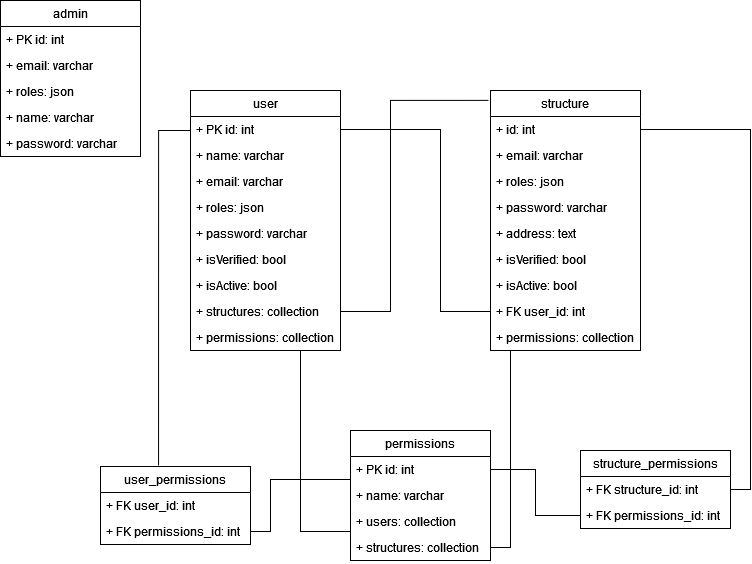
Earlier version of the draw.io export miscellaneous/Diagramme.png (Armafobe/ECF). Source tidied: cells renumbered, new cells last; positions are measured from the earlier drawing's top-left corner, leaving out a move shared by most shapes. Its diagram source:
```xml
<mxGraphModel background="#ffffff">
  <root>
    <mxCell id="0" />
    <mxCell id="1" parent="0" />
    <mxCell id="2" value="admin" style="swimlane;fontStyle=0;horizontal=1;startSize=26;fillColor=none;" parent="1" vertex="1">
      <mxGeometry width="140" height="156" as="geometry" />
    </mxCell>
    <mxCell id="3" value="+ PK id: int" style="text;strokeColor=none;fillColor=none;align=left;verticalAlign=top;spacingLeft=4;spacingRight=4;overflow=hidden;" parent="2" vertex="1">
      <mxGeometry y="26" width="140" height="26" as="geometry" />
    </mxCell>
    <mxCell id="4" value="+ email: varchar" style="text;strokeColor=none;fillColor=none;align=left;verticalAlign=top;spacingLeft=4;spacingRight=4;overflow=hidden;" parent="2" vertex="1">
      <mxGeometry y="52" width="140" height="26" as="geometry" />
    </mxCell>
    <mxCell id="5" value="+ roles: json" style="text;strokeColor=none;fillColor=none;align=left;verticalAlign=top;spacingLeft=4;spacingRight=4;overflow=hidden;" parent="2" vertex="1">
      <mxGeometry y="78" width="140" height="26" as="geometry" />
    </mxCell>
    <mxCell id="6" value="+ name: varchar" style="text;strokeColor=none;fillColor=none;align=left;verticalAlign=top;spacingLeft=4;spacingRight=4;overflow=hidden;" parent="2" vertex="1">
      <mxGeometry y="104" width="140" height="26" as="geometry" />
    </mxCell>
    <mxCell id="7" value="+ password: varchar" style="text;strokeColor=none;fillColor=none;align=left;verticalAlign=top;spacingLeft=4;spacingRight=4;overflow=hidden;" parent="2" vertex="1">
      <mxGeometry y="130" width="140" height="26" as="geometry" />
    </mxCell>
    <mxCell id="8" style="edgeStyle=orthogonalEdgeStyle;rounded=0;jettySize=auto;html=1;exitX=0.5;exitY=1;exitDx=0;exitDy=0;entryX=0;entryY=0.5;entryDx=0;entryDy=0;strokeColor=default;endArrow=none;endFill=0;" parent="1" edge="1" source="9" target="32">
      <mxGeometry relative="1" as="geometry">
        <Array as="points">
          <mxPoint x="300" y="350" />
          <mxPoint x="300" y="531" />
        </Array>
      </mxGeometry>
    </mxCell>
    <mxCell id="9" value="user" style="swimlane;fontStyle=0;horizontal=1;startSize=26;fillColor=none;" parent="1" vertex="1">
      <mxGeometry x="190" y="90" width="150" height="260" as="geometry" />
    </mxCell>
    <mxCell id="10" value="+ PK id: int" style="text;strokeColor=none;fillColor=none;align=left;verticalAlign=top;spacingLeft=4;spacingRight=4;overflow=hidden;points=[[0,0.5],[1,0.5]];portConstraint=eastwest;" parent="9" vertex="1">
      <mxGeometry y="26" width="150" height="26" as="geometry" />
    </mxCell>
    <mxCell id="11" value="+ name: varchar" style="text;strokeColor=none;fillColor=none;align=left;verticalAlign=top;spacingLeft=4;spacingRight=4;overflow=hidden;" parent="9" vertex="1">
      <mxGeometry y="52" width="150" height="26" as="geometry" />
    </mxCell>
    <mxCell id="12" value="+ email: varchar" style="text;strokeColor=none;fillColor=none;align=left;verticalAlign=top;spacingLeft=4;spacingRight=4;overflow=hidden;" parent="9" vertex="1">
      <mxGeometry y="78" width="150" height="26" as="geometry" />
    </mxCell>
    <mxCell id="13" value="+ roles: json" style="text;strokeColor=none;fillColor=none;align=left;verticalAlign=top;spacingLeft=4;spacingRight=4;overflow=hidden;" parent="9" vertex="1">
      <mxGeometry y="104" width="150" height="26" as="geometry" />
    </mxCell>
    <mxCell id="14" value="+ password: varchar" style="text;strokeColor=none;fillColor=none;align=left;verticalAlign=top;spacingLeft=4;spacingRight=4;overflow=hidden;" parent="9" vertex="1">
      <mxGeometry y="130" width="150" height="26" as="geometry" />
    </mxCell>
    <mxCell id="15" value="+ isVerified: bool" style="text;strokeColor=none;fillColor=none;align=left;verticalAlign=top;spacingLeft=4;spacingRight=4;overflow=hidden;" parent="9" vertex="1">
      <mxGeometry y="156" width="150" height="26" as="geometry" />
    </mxCell>
    <mxCell id="16" value="+ isActive: bool" style="text;strokeColor=none;fillColor=none;align=left;verticalAlign=top;spacingLeft=4;spacingRight=4;overflow=hidden;" parent="9" vertex="1">
      <mxGeometry y="182" width="150" height="26" as="geometry" />
    </mxCell>
    <mxCell id="17" value="+ structures: collection" style="text;strokeColor=none;fillColor=none;align=left;verticalAlign=top;spacingLeft=4;spacingRight=4;overflow=hidden;points=[[0,0.5],[1,0.5]];portConstraint=eastwest;" parent="9" vertex="1">
      <mxGeometry y="208" width="150" height="26" as="geometry" />
    </mxCell>
    <mxCell id="18" value="+ permissions: collection" style="text;strokeColor=none;fillColor=none;align=left;verticalAlign=top;spacingLeft=4;spacingRight=4;overflow=hidden;points=[[0,0.5],[1,0.5]];portConstraint=eastwest;" parent="9" vertex="1">
      <mxGeometry y="234" width="150" height="26" as="geometry" />
    </mxCell>
    <mxCell id="19" value="structure" style="swimlane;fontStyle=0;horizontal=1;startSize=26;fillColor=none;" parent="1" vertex="1">
      <mxGeometry x="490" y="90" width="150" height="260" as="geometry" />
    </mxCell>
    <mxCell id="20" value="+ id: int" style="text;strokeColor=none;fillColor=none;align=left;verticalAlign=top;spacingLeft=4;spacingRight=4;overflow=hidden;points=[[0,0.5],[1,0.5]];portConstraint=eastwest;" parent="19" vertex="1">
      <mxGeometry y="26" width="150" height="26" as="geometry" />
    </mxCell>
    <mxCell id="21" value="+ email: varchar" style="text;strokeColor=none;fillColor=none;align=left;verticalAlign=top;spacingLeft=4;spacingRight=4;overflow=hidden;" parent="19" vertex="1">
      <mxGeometry y="52" width="150" height="26" as="geometry" />
    </mxCell>
    <mxCell id="22" value="+ roles: json" style="text;strokeColor=none;fillColor=none;align=left;verticalAlign=top;spacingLeft=4;spacingRight=4;overflow=hidden;" parent="19" vertex="1">
      <mxGeometry y="78" width="150" height="26" as="geometry" />
    </mxCell>
    <mxCell id="23" value="+ password: varchar" style="text;strokeColor=none;fillColor=none;align=left;verticalAlign=top;spacingLeft=4;spacingRight=4;overflow=hidden;" parent="19" vertex="1">
      <mxGeometry y="104" width="150" height="26" as="geometry" />
    </mxCell>
    <mxCell id="24" value="+ address: text" style="text;strokeColor=none;fillColor=none;align=left;verticalAlign=top;spacingLeft=4;spacingRight=4;overflow=hidden;" parent="19" vertex="1">
      <mxGeometry y="130" width="150" height="26" as="geometry" />
    </mxCell>
    <mxCell id="25" value="+ isVerified: bool" style="text;strokeColor=none;fillColor=none;align=left;verticalAlign=top;spacingLeft=4;spacingRight=4;overflow=hidden;" parent="19" vertex="1">
      <mxGeometry y="156" width="150" height="26" as="geometry" />
    </mxCell>
    <mxCell id="26" value="+ isActive: bool" style="text;strokeColor=none;fillColor=none;align=left;verticalAlign=top;spacingLeft=4;spacingRight=4;overflow=hidden;" parent="19" vertex="1">
      <mxGeometry y="182" width="150" height="26" as="geometry" />
    </mxCell>
    <mxCell id="27" value="+ FK user_id: int" style="text;strokeColor=none;fillColor=none;align=left;verticalAlign=top;spacingLeft=4;spacingRight=4;overflow=hidden;points=[[0,0.5],[1,0.5]];portConstraint=eastwest;" parent="19" vertex="1">
      <mxGeometry y="208" width="150" height="26" as="geometry" />
    </mxCell>
    <mxCell id="28" value="+ permissions: collection" style="text;strokeColor=none;fillColor=none;align=left;verticalAlign=top;spacingLeft=4;spacingRight=4;overflow=hidden;points=[[0,0.5],[1,0.5]];portConstraint=eastwest;" parent="19" vertex="1">
      <mxGeometry y="234" width="150" height="26" as="geometry" />
    </mxCell>
    <mxCell id="29" value="permissions" style="swimlane;fontStyle=0;horizontal=1;startSize=26;fillColor=none;" parent="1" vertex="1">
      <mxGeometry x="350" y="430" width="140" height="130" as="geometry" />
    </mxCell>
    <mxCell id="30" value="+ PK id: int" style="text;strokeColor=none;fillColor=none;align=left;verticalAlign=top;spacingLeft=4;spacingRight=4;overflow=hidden;points=[[0,0.5],[1,0.5]];portConstraint=eastwest;" parent="29" vertex="1">
      <mxGeometry y="26" width="140" height="26" as="geometry" />
    </mxCell>
    <mxCell id="31" value="+ name: varchar" style="text;strokeColor=none;fillColor=none;align=left;verticalAlign=top;spacingLeft=4;spacingRight=4;overflow=hidden;" parent="29" vertex="1">
      <mxGeometry y="52" width="140" height="26" as="geometry" />
    </mxCell>
    <mxCell id="32" value="+ users: collection" style="text;strokeColor=none;fillColor=none;align=left;verticalAlign=top;spacingLeft=4;spacingRight=4;overflow=hidden;points=[[0,0.5],[1,0.5]];portConstraint=eastwest;" parent="29" vertex="1">
      <mxGeometry y="78" width="140" height="26" as="geometry" />
    </mxCell>
    <mxCell id="33" value="+ structures: collection" style="text;strokeColor=none;fillColor=none;align=left;verticalAlign=top;spacingLeft=4;spacingRight=4;overflow=hidden;points=[[0,0.5],[1,0.5]];portConstraint=eastwest;" parent="29" vertex="1">
      <mxGeometry y="104" width="140" height="26" as="geometry" />
    </mxCell>
    <mxCell id="34" value="user_permissions" style="swimlane;fontStyle=0;horizontal=1;startSize=26;fillColor=none;" parent="1" vertex="1">
      <mxGeometry x="100" y="466" width="150" height="78" as="geometry" />
    </mxCell>
    <mxCell id="35" value="+ FK user_id: int" style="text;strokeColor=none;fillColor=none;align=left;verticalAlign=top;spacingLeft=4;spacingRight=4;overflow=hidden;" parent="34" vertex="1">
      <mxGeometry y="26" width="150" height="26" as="geometry" />
    </mxCell>
    <mxCell id="36" value="+ FK permissions_id: int" style="text;strokeColor=none;fillColor=none;align=left;verticalAlign=top;spacingLeft=4;spacingRight=4;overflow=hidden;points=[[0,0.5],[1,0.5]];portConstraint=eastwest;" parent="34" vertex="1">
      <mxGeometry y="52" width="150" height="26" as="geometry" />
    </mxCell>
    <mxCell id="37" value="structure_permissions" style="swimlane;fontStyle=0;horizontal=1;startSize=26;fillColor=none;" parent="1" vertex="1">
      <mxGeometry x="580" y="450" width="150" height="78" as="geometry" />
    </mxCell>
    <mxCell id="38" value="+ FK structure_id: int" style="text;strokeColor=none;fillColor=none;align=left;verticalAlign=top;spacingLeft=4;spacingRight=4;overflow=hidden;points=[[0,0.5],[1,0.5]];portConstraint=eastwest;" parent="37" vertex="1">
      <mxGeometry y="26" width="150" height="26" as="geometry" />
    </mxCell>
    <mxCell id="39" value="+ FK permissions_id: int" style="text;strokeColor=none;fillColor=none;align=left;verticalAlign=top;spacingLeft=4;spacingRight=4;overflow=hidden;points=[[0,0.5],[1,0.5]];portConstraint=eastwest;" parent="37" vertex="1">
      <mxGeometry y="52" width="150" height="26" as="geometry" />
    </mxCell>
    <mxCell id="40" style="edgeStyle=orthogonalEdgeStyle;rounded=0;jettySize=auto;html=1;exitX=0;exitY=0.5;exitDx=0;exitDy=0;entryX=0.387;entryY=-0.013;entryDx=0;entryDy=0;entryPerimeter=0;strokeColor=default;endArrow=none;endFill=0;" parent="1" edge="1" source="18" target="34">
      <mxGeometry relative="1" as="geometry">
        <Array as="points">
          <mxPoint x="190" y="130" />
          <mxPoint x="158" y="130" />
        </Array>
      </mxGeometry>
    </mxCell>
    <mxCell id="41" style="edgeStyle=orthogonalEdgeStyle;rounded=0;jettySize=auto;html=1;exitX=1;exitY=0.5;exitDx=0;exitDy=0;entryX=0;entryY=0.5;entryDx=0;entryDy=0;strokeColor=default;endArrow=none;endFill=0;" parent="1" edge="1" source="10" target="27">
      <mxGeometry relative="1" as="geometry">
        <Array as="points">
          <mxPoint x="440" y="129" />
          <mxPoint x="440" y="311" />
        </Array>
      </mxGeometry>
    </mxCell>
    <mxCell id="42" style="edgeStyle=orthogonalEdgeStyle;rounded=0;jettySize=auto;html=1;exitX=0;exitY=0.5;exitDx=0;exitDy=0;entryX=1;entryY=0.5;entryDx=0;entryDy=0;strokeColor=default;endArrow=none;endFill=0;" parent="1" edge="1" source="30" target="36">
      <mxGeometry relative="1" as="geometry">
        <Array as="points">
          <mxPoint x="270" y="479" />
          <mxPoint x="270" y="531" />
        </Array>
      </mxGeometry>
    </mxCell>
    <mxCell id="43" style="edgeStyle=orthogonalEdgeStyle;rounded=0;jettySize=auto;html=1;exitX=1;exitY=0.5;exitDx=0;exitDy=0;entryX=0.467;entryY=1;entryDx=0;entryDy=0;entryPerimeter=0;strokeColor=default;endArrow=none;endFill=0;" parent="1" edge="1" source="33" target="28">
      <mxGeometry relative="1" as="geometry">
        <Array as="points">
          <mxPoint x="510" y="547" />
          <mxPoint x="510" y="350" />
        </Array>
      </mxGeometry>
    </mxCell>
    <mxCell id="44" style="edgeStyle=orthogonalEdgeStyle;rounded=0;jettySize=auto;html=1;exitX=0;exitY=0.5;exitDx=0;exitDy=0;entryX=1;entryY=0.5;entryDx=0;entryDy=0;strokeColor=default;endArrow=none;endFill=0;" parent="1" edge="1" source="39" target="30">
      <mxGeometry relative="1" as="geometry" />
    </mxCell>
    <mxCell id="45" style="edgeStyle=orthogonalEdgeStyle;rounded=0;jettySize=auto;html=1;exitX=1;exitY=0.5;exitDx=0;exitDy=0;entryX=1;entryY=0.5;entryDx=0;entryDy=0;strokeColor=default;endArrow=none;endFill=0;" parent="1" edge="1" source="38" target="20">
      <mxGeometry relative="1" as="geometry" />
    </mxCell>
    <mxCell id="46" style="edgeStyle=orthogonalEdgeStyle;rounded=0;jettySize=auto;html=1;entryX=-0.013;entryY=0.038;entryDx=0;entryDy=0;entryPerimeter=0;strokeColor=default;endArrow=none;endFill=0;" parent="1" edge="1" source="17" target="19">
      <mxGeometry relative="1" as="geometry">
        <Array as="points">
          <mxPoint x="390" y="311" />
          <mxPoint x="390" y="100" />
        </Array>
      </mxGeometry>
    </mxCell>
  </root>
</mxGraphModel>
```
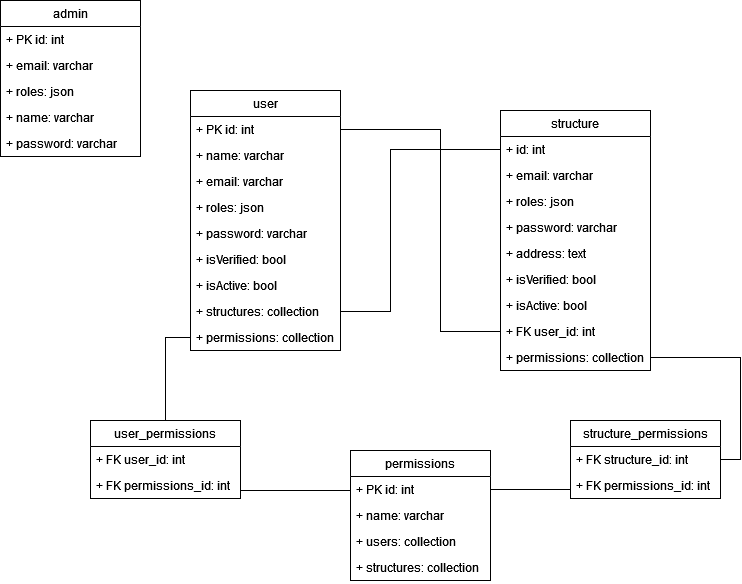
Later version of the same file.

Commit message:
Mettre à jour Diagramme.png

Change to the diagram source:
```diff
@@ -20,14 +20,6 @@
     <mxCell id="7" value="+ password: varchar" style="text;strokeColor=none;fillColor=none;align=left;verticalAlign=top;spacingLeft=4;spacingRight=4;overflow=hidden;" parent="2" vertex="1">
       <mxGeometry y="130" width="140" height="26" as="geometry" />
     </mxCell>
-    <mxCell id="8" style="edgeStyle=orthogonalEdgeStyle;rounded=0;jettySize=auto;html=1;exitX=0.5;exitY=1;exitDx=0;exitDy=0;entryX=0;entryY=0.5;entryDx=0;entryDy=0;strokeColor=default;endArrow=none;endFill=0;" parent="1" edge="1" source="9" target="32">
-      <mxGeometry relative="1" as="geometry">
-        <Array as="points">
-          <mxPoint x="300" y="350" />
-          <mxPoint x="300" y="531" />
-        </Array>
-      </mxGeometry>
-    </mxCell>
     <mxCell id="9" value="user" style="swimlane;fontStyle=0;horizontal=1;startSize=26;fillColor=none;" parent="1" vertex="1">
       <mxGeometry x="190" y="90" width="150" height="260" as="geometry" />
     </mxCell>
@@ -59,7 +51,7 @@
       <mxGeometry y="234" width="150" height="26" as="geometry" />
     </mxCell>
     <mxCell id="19" value="structure" style="swimlane;fontStyle=0;horizontal=1;startSize=26;fillColor=none;" parent="1" vertex="1">
-      <mxGeometry x="490" y="90" width="150" height="260" as="geometry" />
+      <mxGeometry x="500" y="110" width="150" height="260" as="geometry" />
     </mxCell>
     <mxCell id="20" value="+ id: int" style="text;strokeColor=none;fillColor=none;align=left;verticalAlign=top;spacingLeft=4;spacingRight=4;overflow=hidden;points=[[0,0.5],[1,0.5]];portConstraint=eastwest;" parent="19" vertex="1">
       <mxGeometry y="26" width="150" height="26" as="geometry" />
@@ -89,7 +81,7 @@
       <mxGeometry y="234" width="150" height="26" as="geometry" />
     </mxCell>
     <mxCell id="29" value="permissions" style="swimlane;fontStyle=0;horizontal=1;startSize=26;fillColor=none;" parent="1" vertex="1">
-      <mxGeometry x="350" y="430" width="140" height="130" as="geometry" />
+      <mxGeometry x="350" y="450" width="140" height="130" as="geometry" />
     </mxCell>
     <mxCell id="30" value="+ PK id: int" style="text;strokeColor=none;fillColor=none;align=left;verticalAlign=top;spacingLeft=4;spacingRight=4;overflow=hidden;points=[[0,0.5],[1,0.5]];portConstraint=eastwest;" parent="29" vertex="1">
       <mxGeometry y="26" width="140" height="26" as="geometry" />
@@ -104,7 +96,7 @@
       <mxGeometry y="104" width="140" height="26" as="geometry" />
     </mxCell>
     <mxCell id="34" value="user_permissions" style="swimlane;fontStyle=0;horizontal=1;startSize=26;fillColor=none;" parent="1" vertex="1">
-      <mxGeometry x="100" y="466" width="150" height="78" as="geometry" />
+      <mxGeometry x="90" y="420" width="150" height="78" as="geometry" />
     </mxCell>
     <mxCell id="35" value="+ FK user_id: int" style="text;strokeColor=none;fillColor=none;align=left;verticalAlign=top;spacingLeft=4;spacingRight=4;overflow=hidden;" parent="34" vertex="1">
       <mxGeometry y="26" width="150" height="26" as="geometry" />
@@ -113,7 +105,7 @@
       <mxGeometry y="52" width="150" height="26" as="geometry" />
     </mxCell>
     <mxCell id="37" value="structure_permissions" style="swimlane;fontStyle=0;horizontal=1;startSize=26;fillColor=none;" parent="1" vertex="1">
-      <mxGeometry x="580" y="450" width="150" height="78" as="geometry" />
+      <mxGeometry x="570" y="420" width="150" height="78" as="geometry" />
     </mxCell>
     <mxCell id="38" value="+ FK structure_id: int" style="text;strokeColor=none;fillColor=none;align=left;verticalAlign=top;spacingLeft=4;spacingRight=4;overflow=hidden;points=[[0,0.5],[1,0.5]];portConstraint=eastwest;" parent="37" vertex="1">
       <mxGeometry y="26" width="150" height="26" as="geometry" />
@@ -121,51 +113,42 @@
     <mxCell id="39" value="+ FK permissions_id: int" style="text;strokeColor=none;fillColor=none;align=left;verticalAlign=top;spacingLeft=4;spacingRight=4;overflow=hidden;points=[[0,0.5],[1,0.5]];portConstraint=eastwest;" parent="37" vertex="1">
       <mxGeometry y="52" width="150" height="26" as="geometry" />
     </mxCell>
-    <mxCell id="40" style="edgeStyle=orthogonalEdgeStyle;rounded=0;jettySize=auto;html=1;exitX=0;exitY=0.5;exitDx=0;exitDy=0;entryX=0.387;entryY=-0.013;entryDx=0;entryDy=0;entryPerimeter=0;strokeColor=default;endArrow=none;endFill=0;" parent="1" edge="1" source="18" target="34">
-      <mxGeometry relative="1" as="geometry">
-        <Array as="points">
-          <mxPoint x="190" y="130" />
-          <mxPoint x="158" y="130" />
-        </Array>
-      </mxGeometry>
-    </mxCell>
     <mxCell id="41" style="edgeStyle=orthogonalEdgeStyle;rounded=0;jettySize=auto;html=1;exitX=1;exitY=0.5;exitDx=0;exitDy=0;entryX=0;entryY=0.5;entryDx=0;entryDy=0;strokeColor=default;endArrow=none;endFill=0;" parent="1" edge="1" source="10" target="27">
       <mxGeometry relative="1" as="geometry">
         <Array as="points">
           <mxPoint x="440" y="129" />
-          <mxPoint x="440" y="311" />
+          <mxPoint x="440" y="331" />
         </Array>
       </mxGeometry>
     </mxCell>
     <mxCell id="42" style="edgeStyle=orthogonalEdgeStyle;rounded=0;jettySize=auto;html=1;exitX=0;exitY=0.5;exitDx=0;exitDy=0;entryX=1;entryY=0.5;entryDx=0;entryDy=0;strokeColor=default;endArrow=none;endFill=0;" parent="1" edge="1" source="30" target="36">
       <mxGeometry relative="1" as="geometry">
         <Array as="points">
-          <mxPoint x="270" y="479" />
-          <mxPoint x="270" y="531" />
+          <mxPoint x="350" y="490" />
+          <mxPoint x="240" y="490" />
         </Array>
       </mxGeometry>
     </mxCell>
-    <mxCell id="43" style="edgeStyle=orthogonalEdgeStyle;rounded=0;jettySize=auto;html=1;exitX=1;exitY=0.5;exitDx=0;exitDy=0;entryX=0.467;entryY=1;entryDx=0;entryDy=0;entryPerimeter=0;strokeColor=default;endArrow=none;endFill=0;" parent="1" edge="1" source="33" target="28">
-      <mxGeometry relative="1" as="geometry">
-        <Array as="points">
-          <mxPoint x="510" y="547" />
-          <mxPoint x="510" y="350" />
-        </Array>
-      </mxGeometry>
-    </mxCell>
     <mxCell id="44" style="edgeStyle=orthogonalEdgeStyle;rounded=0;jettySize=auto;html=1;exitX=0;exitY=0.5;exitDx=0;exitDy=0;entryX=1;entryY=0.5;entryDx=0;entryDy=0;strokeColor=default;endArrow=none;endFill=0;" parent="1" edge="1" source="39" target="30">
-      <mxGeometry relative="1" as="geometry" />
+      <mxGeometry relative="1" as="geometry">
+        <Array as="points">
+          <mxPoint x="570" y="489" />
+        </Array>
+      </mxGeometry>
     </mxCell>
-    <mxCell id="45" style="edgeStyle=orthogonalEdgeStyle;rounded=0;jettySize=auto;html=1;exitX=1;exitY=0.5;exitDx=0;exitDy=0;entryX=1;entryY=0.5;entryDx=0;entryDy=0;strokeColor=default;endArrow=none;endFill=0;" parent="1" edge="1" source="38" target="20">
+    <mxCell id="45" style="edgeStyle=orthogonalEdgeStyle;rounded=0;jettySize=auto;html=1;exitX=1;exitY=0.5;exitDx=0;exitDy=0;entryX=1;entryY=0.5;entryDx=0;entryDy=0;strokeColor=default;endArrow=none;endFill=0;" parent="1" edge="1" source="38" target="28">
       <mxGeometry relative="1" as="geometry" />
     </mxCell>
-    <mxCell id="46" style="edgeStyle=orthogonalEdgeStyle;rounded=0;jettySize=auto;html=1;entryX=-0.013;entryY=0.038;entryDx=0;entryDy=0;entryPerimeter=0;strokeColor=default;endArrow=none;endFill=0;" parent="1" edge="1" source="17" target="19">
+    <mxCell id="46" style="edgeStyle=orthogonalEdgeStyle;rounded=0;jettySize=auto;html=1;entryX=0;entryY=0.5;entryDx=0;entryDy=0;strokeColor=default;endArrow=none;endFill=0;" parent="1" edge="1" source="17" target="20">
       <mxGeometry relative="1" as="geometry">
         <Array as="points">
           <mxPoint x="390" y="311" />
-          <mxPoint x="390" y="100" />
+          <mxPoint x="390" y="149" />
         </Array>
       </mxGeometry>
     </mxCell>
+    <mxCell id="40" style="edgeStyle=orthogonalEdgeStyle;rounded=0;jettySize=auto;html=1;exitX=0;exitY=0.5;exitDx=0;exitDy=0;entryX=0.5;entryY=0;entryDx=0;entryDy=0;endArrow=none;endFill=0;" parent="1" edge="1" source="18" target="34">
+      <mxGeometry relative="1" as="geometry" />
+    </mxCell>
   </root>
 </mxGraphModel>
```
